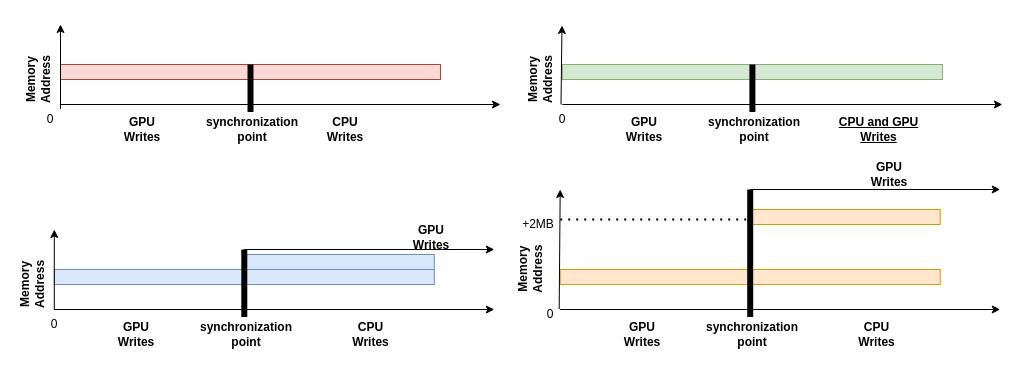
Earlier version of the draw.io diagram page "Page-4" (4 of 5) of Untitled Diagram.drawio (bengisuelis/Drawings). Source tidied: cells renumbered, new cells numbered last; positions are measured from the earlier drawing's top-left corner, leaving out a move shared by most shapes. Both pictures are drawn from the tidied source at 100%, with x=0, y=0 at pixel (10, 24).
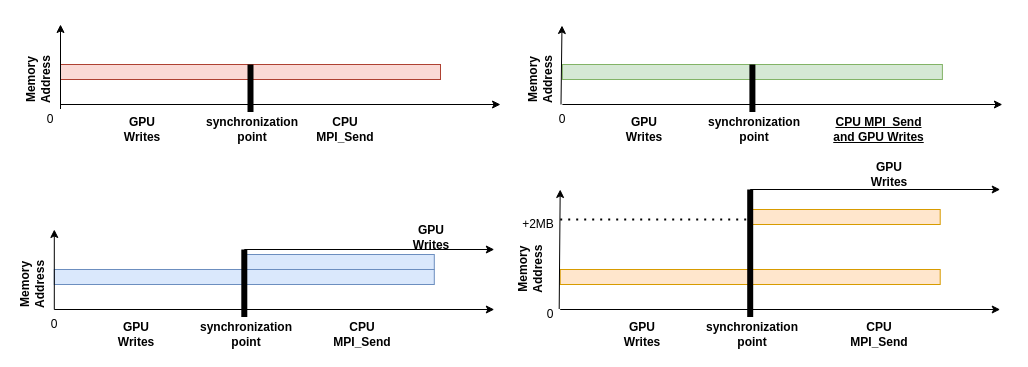
The same diagram, later.

What changed in the source:
```diff
@@
-    <mxCell id="6" value="&lt;b&gt;CPU Writes&lt;br&gt;&lt;/b&gt;" style="text;html=1;strokeColor=none;fillColor=none;align=center;verticalAlign=middle;whiteSpace=wrap;rounded=0;rotation=0;" parent="1" vertex="1">
+    <mxCell id="6" value="&lt;b&gt;CPU MPI_Send&lt;br&gt;&lt;/b&gt;" style="text;html=1;strokeColor=none;fillColor=none;align=center;verticalAlign=middle;whiteSpace=wrap;rounded=0;rotation=0;" parent="1" vertex="1">
       <mxGeometry x="313.1" y="90" width="43.8" height="30" as="geometry" />
     </mxCell>
@@
-    <mxCell id="13" value="&lt;b&gt;&lt;u&gt;CPU and GPU Writes&lt;/u&gt;&lt;br&gt;&lt;/b&gt;" style="text;html=1;strokeColor=none;fillColor=none;align=center;verticalAlign=middle;whiteSpace=wrap;rounded=0;rotation=0;" parent="1" vertex="1">
+    <mxCell id="13" value="&lt;b&gt;&lt;u&gt;CPU MPI_Send and GPU Writes&lt;/u&gt;&lt;br&gt;&lt;/b&gt;" style="text;html=1;strokeColor=none;fillColor=none;align=center;verticalAlign=middle;whiteSpace=wrap;rounded=0;rotation=0;" parent="1" vertex="1">
       <mxGeometry x="815" y="90" width="106.9" height="30" as="geometry" />
     </mxCell>
@@
-    <mxCell id="20" value="&lt;b&gt;CPU &lt;br&gt;Writes&lt;br&gt;&lt;/b&gt;" style="text;html=1;strokeColor=none;fillColor=none;align=center;verticalAlign=middle;whiteSpace=wrap;rounded=0;rotation=0;" parent="1" vertex="1">
-      <mxGeometry x="306.9" y="295" width="106.9" height="30" as="geometry" />
-    </mxCell>
@@
-    <mxCell id="30" value="&lt;b&gt;CPU &lt;br&gt;Writes&lt;br&gt;&lt;/b&gt;" style="text;html=1;strokeColor=none;fillColor=none;align=center;verticalAlign=middle;whiteSpace=wrap;rounded=0;rotation=0;" parent="1" vertex="1">
-      <mxGeometry x="812.8" y="295" width="106.9" height="30" as="geometry" />
-    </mxCell>
@@
+    <mxCell id="51" value="&lt;b&gt;CPU MPI_Send&lt;br&gt;&lt;/b&gt;" style="text;html=1;strokeColor=none;fillColor=none;align=center;verticalAlign=middle;whiteSpace=wrap;rounded=0;rotation=0;" parent="1" vertex="1">
+      <mxGeometry x="330" y="295" width="43.8" height="30" as="geometry" />
+    </mxCell>
+    <mxCell id="52" value="&lt;b&gt;CPU MPI_Send&lt;br&gt;&lt;/b&gt;" style="text;html=1;strokeColor=none;fillColor=none;align=center;verticalAlign=middle;whiteSpace=wrap;rounded=0;rotation=0;" parent="1" vertex="1">
+      <mxGeometry x="846.6" y="295" width="43.8" height="30" as="geometry" />
+    </mxCell>
```
